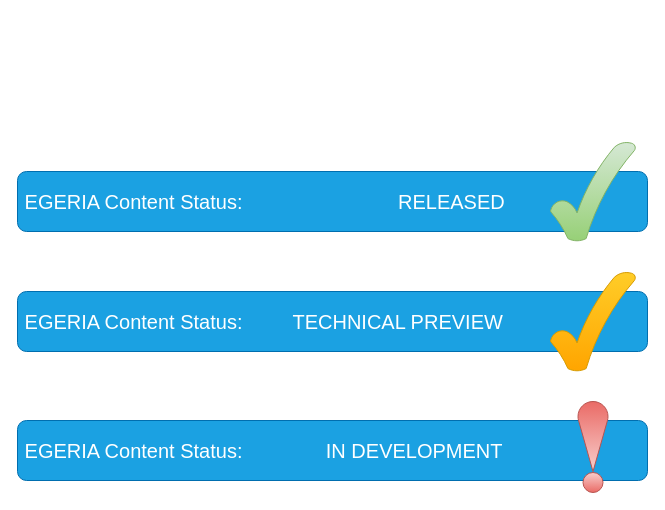
Before: page "content-status" (1 of 24) of open-metadata-publication/website/images/egeria-website-images.drawio in planetf1/egeria, a draw.io diagram. Source tidied: cells renumbered, new cells numbered last; positions are measured from the earlier drawing's top-left corner, leaving out a move shared by most shapes. Both pictures are drawn from the tidied source at 100%, with x=0, y=0 at pixel (17, 141).
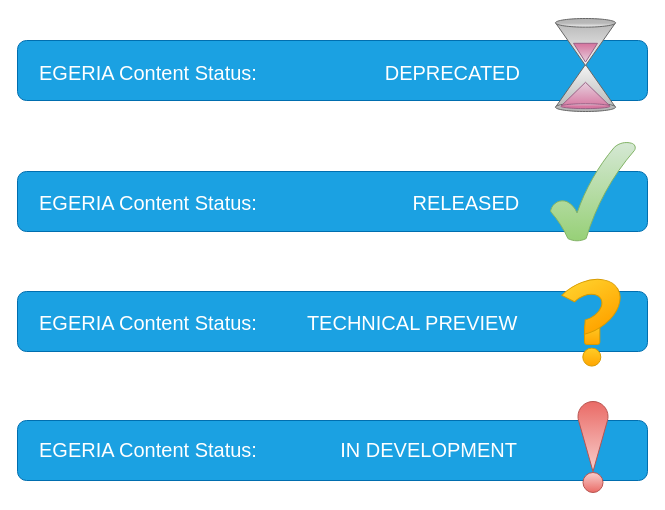
After the change.

Diff of the diagram source:
```diff
@@
-    <mxCell id="2" value="&lt;font style=&quot;font-size: 20px&quot;&gt;&amp;nbsp;EGERIA Content Status:&amp;nbsp; &amp;nbsp; &amp;nbsp; &amp;nbsp; &amp;nbsp; &amp;nbsp; &amp;nbsp; &amp;nbsp; &amp;nbsp; &amp;nbsp; &amp;nbsp; &amp;nbsp; &amp;nbsp; &amp;nbsp; RELEASED&amp;nbsp;&lt;/font&gt;" style="rounded=1;whiteSpace=wrap;html=1;shadow=0;strokeWidth=1;fillColor=#1ba1e2;fontSize=20;fontColor=#ffffff;align=left;strokeColor=#006EAF;" parent="1" vertex="1">
+    <mxCell id="2" style="rounded=1;whiteSpace=wrap;html=1;shadow=0;strokeWidth=1;fillColor=#1ba1e2;fontSize=20;fontColor=#ffffff;align=left;strokeColor=#006EAF;" parent="1" vertex="1">
       <mxGeometry y="30" width="630" height="60" as="geometry" />
     </mxCell>
@@
-    <mxCell id="4" value="&lt;font style=&quot;font-size: 20px&quot;&gt;&amp;nbsp;EGERIA Content Status:&amp;nbsp; &amp;nbsp; &amp;nbsp; &amp;nbsp; &amp;nbsp; &amp;nbsp; &amp;nbsp; &amp;nbsp;IN DEVELOPMENT&amp;nbsp;&lt;/font&gt;" style="rounded=1;whiteSpace=wrap;html=1;shadow=0;strokeWidth=1;fillColor=#1ba1e2;fontSize=20;fontColor=#ffffff;align=left;strokeColor=#006EAF;" parent="1" vertex="1">
+    <mxCell id="4" style="rounded=1;whiteSpace=wrap;html=1;shadow=0;strokeWidth=1;fillColor=#1ba1e2;fontSize=20;fontColor=#ffffff;align=left;strokeColor=#006EAF;" parent="1" vertex="1">
       <mxGeometry y="279" width="630" height="60" as="geometry" />
     </mxCell>
-    <mxCell id="5" value="&lt;font style=&quot;font-size: 20px&quot;&gt;&amp;nbsp;EGERIA Content Status:&amp;nbsp; &amp;nbsp; &amp;nbsp; &amp;nbsp; &amp;nbsp;TECHNICAL PREVIEW&amp;nbsp;&lt;/font&gt;" style="rounded=1;whiteSpace=wrap;html=1;shadow=0;strokeWidth=1;fillColor=#1ba1e2;fontSize=20;fontColor=#ffffff;align=left;strokeColor=#006EAF;" parent="1" vertex="1">
+    <mxCell id="5" style="rounded=1;whiteSpace=wrap;html=1;shadow=0;strokeWidth=1;fillColor=#1ba1e2;fontSize=20;fontColor=#ffffff;align=left;strokeColor=#006EAF;" parent="1" vertex="1">
       <mxGeometry y="150" width="630" height="60" as="geometry" />
     </mxCell>
-    <mxCell id="6" style="verticalLabelPosition=bottom;verticalAlign=top;html=1;shape=mxgraph.basic.tick;shadow=0;strokeWidth=1;fillColor=#ffcd28;fontSize=20;align=left;gradientColor=#ffa500;strokeColor=#d79b00;" parent="1" vertex="1">
-      <mxGeometry x="533" y="130" width="85" height="100" as="geometry" />
-    </mxCell>
@@
+    <mxCell id="9" style="rounded=1;whiteSpace=wrap;html=1;shadow=0;strokeWidth=1;fillColor=#1ba1e2;fontSize=20;fontColor=#ffffff;align=left;strokeColor=#006EAF;" parent="1" vertex="1">
+      <mxGeometry y="-101" width="630" height="60" as="geometry" />
+    </mxCell>
+    <mxCell id="10" style="group;" parent="1" vertex="1">
+      <mxGeometry x="538" y="-124" width="60" height="94" as="geometry" />
+    </mxCell>
+    <mxCell id="11" style="group;" parent="10" vertex="1">
+      <mxGeometry width="60" height="94" as="geometry" />
+    </mxCell>
+    <mxCell id="12" style="verticalLabelPosition=bottom;verticalAlign=top;html=1;shape=mxgraph.basic.cone;shadow=0;strokeWidth=1;fillColor=#f5f5f5;fontSize=20;align=left;gradientColor=#b3b3b3;strokeColor=#666666;" parent="11" vertex="1">
+      <mxGeometry y="47" width="60" height="47" as="geometry" />
+    </mxCell>
+    <mxCell id="13" style="verticalLabelPosition=bottom;verticalAlign=top;html=1;shape=mxgraph.basic.cone;shadow=0;strokeWidth=1;fillColor=#f5f5f5;fontSize=20;align=left;gradientColor=#b3b3b3;strokeColor=#666666;flipV=1;" parent="11" vertex="1">
+      <mxGeometry y="1" width="60" height="47" as="geometry" />
+    </mxCell>
+    <mxCell id="14" style="verticalLabelPosition=bottom;verticalAlign=top;html=1;shape=mxgraph.basic.acute_triangle;dx=0.5;shadow=0;strokeWidth=1;fillColor=#e6d0de;fontSize=20;align=left;gradientColor=#d5739d;strokeColor=#996185;flipH=1;flipV=1;" parent="11" vertex="1">
+      <mxGeometry x="18" y="25.8" width="24" height="18.8" as="geometry" />
+    </mxCell>
+    <mxCell id="15" style="verticalLabelPosition=bottom;verticalAlign=top;html=1;shape=mxgraph.basic.cone;shadow=0;strokeWidth=1;fillColor=#e6d0de;fontSize=20;align=left;gradientColor=#d5739d;strokeColor=#996185;" parent="11" vertex="1">
+      <mxGeometry x="5.4" y="64.8" width="49.2" height="26.3" as="geometry" />
+    </mxCell>
+    <mxCell id="16" style="ellipse;whiteSpace=wrap;html=1;shadow=0;strokeWidth=1;fillColor=#ffcd28;fontSize=20;align=left;gradientColor=#ffa500;strokeColor=#d79b00;" parent="1" vertex="1">
+      <mxGeometry x="565.3" y="206.6" width="18" height="18" as="geometry" />
+    </mxCell>
+    <mxCell id="17" style="rounded=1;whiteSpace=wrap;html=1;shadow=0;strokeWidth=1;fillColor=#ffcd28;fontSize=20;align=left;gradientColor=#ffa500;strokeColor=#d79b00;" parent="1" vertex="1">
+      <mxGeometry x="567" y="183" width="15.3" height="20" as="geometry" />
+    </mxCell>
+    <mxCell id="18" style="verticalLabelPosition=bottom;verticalAlign=top;html=1;shape=mxgraph.basic.partConcEllipse;startAngle=0.43533625222777034;endAngle=0.06491420323189465;arcWidth=0.53;shadow=0;strokeWidth=1;fillColor=#ffcd28;fontSize=20;align=left;gradientColor=#ffa500;strokeColor=#d79b00;rotation=-30;flipH=1;" parent="1" vertex="1">
+      <mxGeometry x="531.3" y="141.5" width="74" height="49" as="geometry" />
+    </mxCell>
+    <mxCell id="19" value="EGERIA Content Status:&amp;nbsp; &amp;nbsp; &amp;nbsp; &amp;nbsp; &amp;nbsp; &amp;nbsp; &amp;nbsp; &amp;nbsp; &amp;nbsp; &amp;nbsp; &amp;nbsp; &amp;nbsp;DEPRECATED" style="text;html=1;fontSize=20;fontColor=#FFFFFF;" parent="1" vertex="1">
+      <mxGeometry x="20" y="-87" width="510" height="30" as="geometry" />
+    </mxCell>
+    <mxCell id="20" value="EGERIA Content Status:                            RELEASED" style="text;html=1;fontSize=20;fontColor=#FFFFFF;" parent="1" vertex="1">
+      <mxGeometry x="20" y="43" width="510" height="40" as="geometry" />
+    </mxCell>
+    <mxCell id="21" value="EGERIA Content Status:         TECHNICAL PREVIEW" style="text;html=1;fontSize=20;fontColor=#FFFFFF;" parent="1" vertex="1">
+      <mxGeometry x="20" y="163" width="500" height="40" as="geometry" />
+    </mxCell>
+    <mxCell id="22" value="EGERIA Content Status:               IN DEVELOPMENT" style="text;html=1;fontSize=20;fontColor=#FFFFFF;" parent="1" vertex="1">
+      <mxGeometry x="20" y="290" width="500" height="40" as="geometry" />
+    </mxCell>
```
